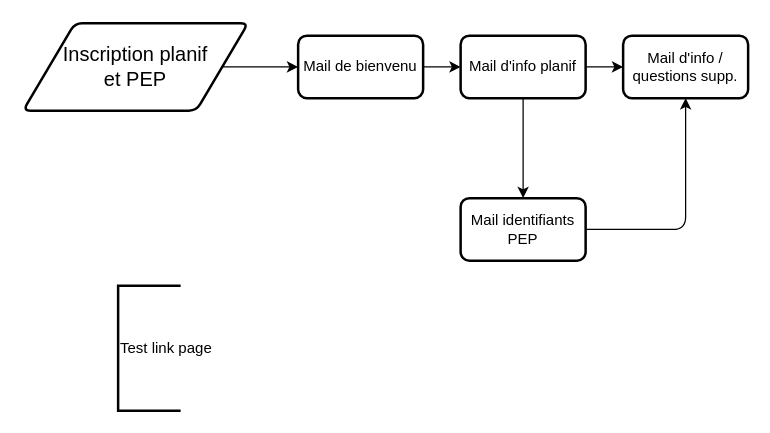
ConusV01/COVID_Task_Force_HR_process keeps this draw.io diagram as page "Page-1" (1 of 2) of COVID-19 Task Force HR process.drawio. Above is the earlier version. Source tidied: cells renumbered, new cells numbered last; positions are measured from the earlier drawing's top-left corner, leaving out a move shared by most shapes. Both pictures are drawn from the tidied source at 125%, with x=0, y=0 at pixel (22, 22).
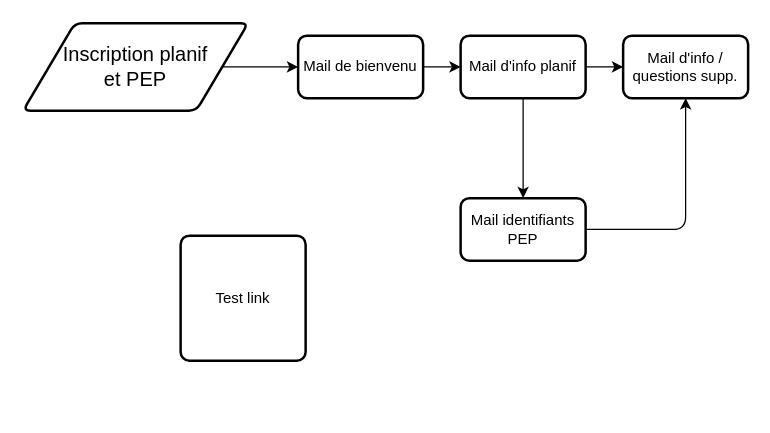
The same diagram, later.

What changed in the source:
```diff
@@
 <mxGraphModel>
   <root>
     <mxCell id="0" />
     <mxCell id="1" parent="0" />
     <mxCell id="2" style="edgeStyle=orthogonalEdgeStyle;jettySize=auto;html=1;exitX=1;exitY=0.5;exitDx=0;exitDy=0;entryX=0;entryY=0.5;entryDx=0;entryDy=0;" parent="1" edge="1" source="3" target="8">
       <mxGeometry relative="1" as="geometry" />
     </mxCell>
     <mxCell id="3" value="Mail de bienvenu" style="whiteSpace=wrap;html=1;absoluteArcSize=1;arcSize=14;strokeWidth=2;rounded=1;" parent="1" vertex="1">
       <mxGeometry x="220" y="10" width="100" height="50" as="geometry" />
     </mxCell>
     <mxCell id="4" style="edgeStyle=orthogonalEdgeStyle;jettySize=auto;html=1;exitX=1;exitY=0.5;exitDx=0;exitDy=0;" parent="1" edge="1" source="5" target="3">
       <mxGeometry relative="1" as="geometry" />
     </mxCell>
     <mxCell id="5" value="&lt;p style=&quot;margin-top: 0pt ; margin-bottom: 0pt ; margin-left: 0in ; direction: ltr ; unicode-bidi: embed ; word-break: normal&quot;&gt;&lt;span style=&quot;font-size: 12pt ; font-family: &amp;#34;calibri&amp;#34;&quot;&gt;Inscription &lt;/span&gt;&lt;span style=&quot;font-size: 12pt ; font-family: &amp;#34;calibri&amp;#34;&quot;&gt;planif&lt;br/&gt;&lt;/span&gt;&lt;span style=&quot;font-size: 12pt ; font-family: &amp;#34;calibri&amp;#34;&quot;&gt;et &lt;/span&gt;&lt;span style=&quot;font-size: 12pt ; font-family: &amp;#34;calibri&amp;#34;&quot;&gt;PEP&lt;/span&gt;&lt;/p&gt;" style="shape=parallelogram;html=1;strokeWidth=2;perimeter=parallelogramPerimeter;whiteSpace=wrap;arcSize=12;size=0.23;rounded=1;" parent="1" vertex="1">
       <mxGeometry width="180" height="70" as="geometry" />
     </mxCell>
     <mxCell id="6" style="edgeStyle=orthogonalEdgeStyle;jettySize=auto;html=1;exitX=0.5;exitY=1;exitDx=0;exitDy=0;entryX=0.5;entryY=0;entryDx=0;entryDy=0;" parent="1" edge="1" source="8" target="10">
       <mxGeometry relative="1" as="geometry" />
     </mxCell>
     <mxCell id="7" style="edgeStyle=orthogonalEdgeStyle;jettySize=auto;html=1;exitX=1;exitY=0.5;exitDx=0;exitDy=0;entryX=0;entryY=0.5;entryDx=0;entryDy=0;" parent="1" edge="1" source="8" target="11">
       <mxGeometry relative="1" as="geometry" />
     </mxCell>
     <mxCell id="8" value="Mail d'info planif" style="whiteSpace=wrap;html=1;absoluteArcSize=1;arcSize=14;strokeWidth=2;rounded=1;" parent="1" vertex="1">
       <mxGeometry x="350" y="10" width="100" height="50" as="geometry" />
     </mxCell>
     <mxCell id="9" style="edgeStyle=orthogonalEdgeStyle;jettySize=auto;html=1;exitX=1;exitY=0.5;exitDx=0;exitDy=0;entryX=0.5;entryY=1;entryDx=0;entryDy=0;" parent="1" edge="1" source="10" target="11">
       <mxGeometry relative="1" as="geometry" />
     </mxCell>
     <mxCell id="10" value="Mail identifiants PEP" style="whiteSpace=wrap;html=1;absoluteArcSize=1;arcSize=14;strokeWidth=2;rounded=1;" parent="1" vertex="1">
       <mxGeometry x="350" y="140" width="100" height="50" as="geometry" />
     </mxCell>
     <mxCell id="11" value="Mail d'info / questions supp." style="whiteSpace=wrap;html=1;absoluteArcSize=1;arcSize=14;strokeWidth=2;rounded=1;" parent="1" vertex="1">
       <mxGeometry x="480" y="10" width="100" height="50" as="geometry" />
     </mxCell>
-    <mxCell id="12" value="Test link page" style="strokeWidth=2;html=1;shape=mxgraph.flowchart.annotation_1;align=left;rounded=1;" parent="1" vertex="1">
-      <mxGeometry x="76" y="210" width="50" height="100" as="geometry" />
-    </mxCell>
+    <mxCell id="13" value="Test link" style="rounded=1;whiteSpace=wrap;html=1;absoluteArcSize=1;arcSize=14;strokeWidth=2;" parent="1" vertex="1">
+      <mxGeometry x="126" y="170" width="100" height="100" as="geometry" />
+    </mxCell>
   </root>
 </mxGraphModel>
```
